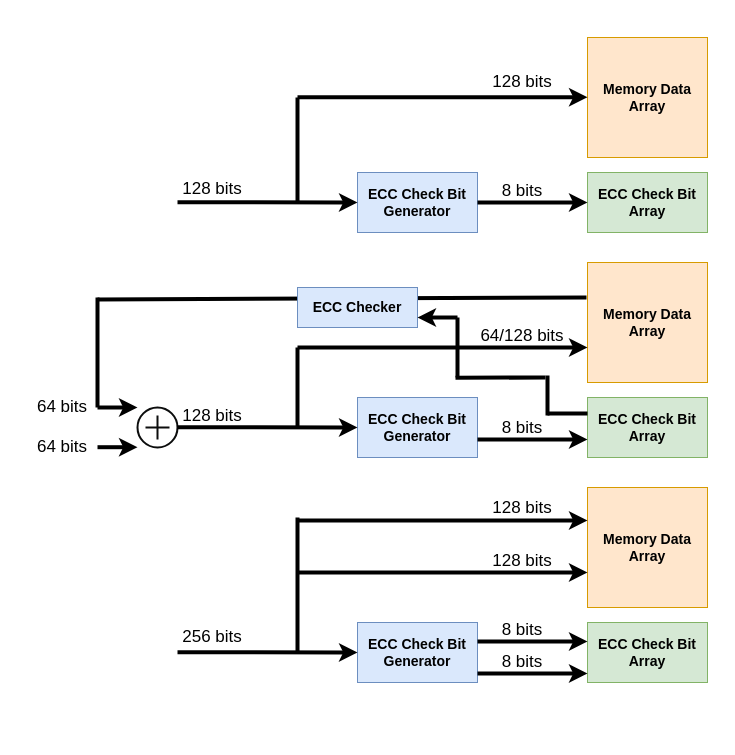
shingaridavesh/memoryandarchitecture keeps this draw.io diagram as docs/images/ecc/ondieeccoperation.drawio. Above is the earlier version. Source tidied: cells renumbered, new cells numbered last; positions are measured from the earlier drawing's top-left corner, leaving out a move shared by most shapes. Both pictures are drawn from the tidied source at 100%, with x=0, y=0 at pixel (27, 37).
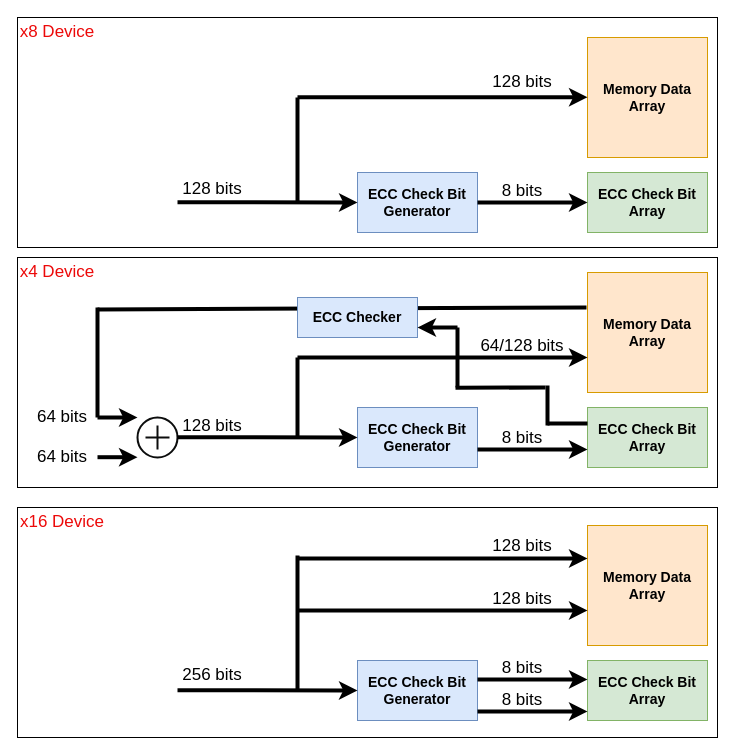
After the change.

Diff of the diagram source:
```diff
@@
+    <mxCell id="49" style="rounded=0;whiteSpace=wrap;html=1;" parent="1" vertex="1">
+      <mxGeometry x="-10" y="470" width="700" height="230" as="geometry" />
+    </mxCell>
+    <mxCell id="50" value="&lt;span&gt;&lt;font color=&quot;#ec0909&quot; style=&quot;font-size: 17px;&quot;&gt;x16 Device&lt;/font&gt;&lt;/span&gt;" style="text;html=1;align=center;verticalAlign=middle;whiteSpace=wrap;rounded=0;fontStyle=0;" parent="1" vertex="1">
+      <mxGeometry x="-10" y="470" width="90" height="30" as="geometry" />
+    </mxCell>
+    <mxCell id="51" style="rounded=0;whiteSpace=wrap;html=1;" parent="1" vertex="1">
+      <mxGeometry x="-10" y="220" width="700" height="230" as="geometry" />
+    </mxCell>
+    <mxCell id="52" value="&lt;span&gt;&lt;font color=&quot;#ec0909&quot; style=&quot;font-size: 17px;&quot;&gt;x4 Device&lt;/font&gt;&lt;/span&gt;" style="text;html=1;align=center;verticalAlign=middle;whiteSpace=wrap;rounded=0;fontStyle=0;" parent="1" vertex="1">
+      <mxGeometry x="-10" y="220" width="80" height="30" as="geometry" />
+    </mxCell>
+    <mxCell id="53" style="rounded=0;whiteSpace=wrap;html=1;" parent="1" vertex="1">
+      <mxGeometry x="-10" y="-20" width="700" height="230" as="geometry" />
+    </mxCell>
     <mxCell id="2" value="ECC Check Bit Generator" style="rounded=0;whiteSpace=wrap;html=1;fillColor=#dae8fc;strokeColor=#6c8ebf;fontStyle=1;fontSize=14;" parent="1" vertex="1">
-      <mxGeometry x="330" y="360" width="120" height="60" as="geometry" />
+      <mxGeometry x="330" y="370" width="120" height="60" as="geometry" />
     </mxCell>
     <mxCell id="3" value="Memory Data Array" style="rounded=0;whiteSpace=wrap;html=1;fillColor=#ffe6cc;strokeColor=#d79b00;fontSize=14;fontStyle=1;" parent="1" vertex="1">
-      <mxGeometry x="560" y="225" width="120" height="120" as="geometry" />
+      <mxGeometry x="560" y="235" width="120" height="120" as="geometry" />
     </mxCell>
     <mxCell id="4" value="ECC Check Bit Array" style="rounded=0;whiteSpace=wrap;html=1;fillColor=#d5e8d4;strokeColor=#82b366;fontSize=14;fontStyle=1;" parent="1" vertex="1">
-      <mxGeometry x="560" y="360" width="120" height="60" as="geometry" />
+      <mxGeometry x="560" y="370" width="120" height="60" as="geometry" />
     </mxCell>
     <mxCell id="5" value="&lt;span&gt;&lt;font style=&quot;font-size: 17px;&quot;&gt;64 bits&lt;/font&gt;&lt;/span&gt;" style="text;html=1;align=center;verticalAlign=middle;whiteSpace=wrap;rounded=0;fontStyle=0;" parent="1" vertex="1">
-      <mxGeometry y="355" width="70" height="30" as="geometry" />
+      <mxGeometry y="365" width="70" height="30" as="geometry" />
     </mxCell>
     <mxCell id="6" value="&lt;span&gt;&lt;font style=&quot;font-size: 17px;&quot;&gt;64/128 bits&lt;/font&gt;&lt;/span&gt;" style="text;html=1;align=center;verticalAlign=middle;whiteSpace=wrap;rounded=0;fontStyle=0;" parent="1" vertex="1">
-      <mxGeometry x="450" y="284" width="90" height="30" as="geometry" />
+      <mxGeometry x="450" y="294" width="90" height="30" as="geometry" />
     </mxCell>
     <mxCell id="7" value="&lt;span&gt;&lt;font style=&quot;font-size: 17px;&quot;&gt;8 bits&lt;/font&gt;&lt;/span&gt;" style="text;html=1;align=center;verticalAlign=middle;whiteSpace=wrap;rounded=0;fontStyle=0;" parent="1" vertex="1">
-      <mxGeometry x="460" y="376" width="70" height="30" as="geometry" />
+      <mxGeometry x="460" y="386" width="70" height="30" as="geometry" />
     </mxCell>
     <mxCell id="8" style="endArrow=classic;html=1;rounded=0;strokeWidth=4;" parent="1" edge="1">
       <mxGeometry relative="1" as="geometry">
-        <mxPoint x="70" y="370" as="sourcePoint" />
-        <mxPoint x="110" y="370" as="targetPoint" />
+        <mxPoint x="70" y="380" as="sourcePoint" />
+        <mxPoint x="110" y="380" as="targetPoint" />
       </mxGeometry>
     </mxCell>
     <mxCell id="9" style="endArrow=none;html=1;rounded=0;strokeWidth=4;" parent="1" edge="1">
       <mxGeometry relative="1" as="geometry">
-        <mxPoint x="70" y="370" as="sourcePoint" />
-        <mxPoint x="70" y="260" as="targetPoint" />
+        <mxPoint x="70" y="380" as="sourcePoint" />
+        <mxPoint x="70" y="270" as="targetPoint" />
       </mxGeometry>
     </mxCell>
     <mxCell id="10" style="endArrow=none;html=1;rounded=0;strokeWidth=4;exitX=-0.008;exitY=0.067;exitDx=0;exitDy=0;exitPerimeter=0;" parent="1" edge="1">
       <mxGeometry relative="1" as="geometry">
-        <mxPoint x="559" y="260" as="sourcePoint" />
-        <mxPoint x="70" y="262" as="targetPoint" />
+        <mxPoint x="559" y="270" as="sourcePoint" />
+        <mxPoint x="70" y="272" as="targetPoint" />
       </mxGeometry>
     </mxCell>
     <mxCell id="11" value="&lt;span&gt;&lt;font style=&quot;font-size: 17px;&quot;&gt;64 bits&lt;/font&gt;&lt;/span&gt;" style="text;html=1;align=center;verticalAlign=middle;whiteSpace=wrap;rounded=0;fontStyle=0;" parent="1" vertex="1">
-      <mxGeometry y="395" width="70" height="30" as="geometry" />
+      <mxGeometry y="405" width="70" height="30" as="geometry" />
     </mxCell>
     <mxCell id="12" style="endArrow=classic;html=1;rounded=0;strokeWidth=4;" parent="1" edge="1">
       <mxGeometry relative="1" as="geometry">
-        <mxPoint x="70" y="409.7" as="sourcePoint" />
-        <mxPoint x="110" y="409.7" as="targetPoint" />
+        <mxPoint x="70" y="419.7" as="sourcePoint" />
+        <mxPoint x="110" y="419.7" as="targetPoint" />
       </mxGeometry>
     </mxCell>
     <mxCell id="13" style="html=1;verticalLabelPosition=bottom;align=center;labelBackgroundColor=#ffffff;verticalAlign=top;strokeWidth=2;strokeColor=#0c0d0d;shadow=0;dashed=0;shape=mxgraph.ios7.icons.add;" parent="1" vertex="1">
-      <mxGeometry x="110" y="370" width="40" height="40" as="geometry" />
+      <mxGeometry x="110" y="380" width="40" height="40" as="geometry" />
     </mxCell>
     <mxCell id="14" value="&lt;span&gt;&lt;font style=&quot;font-size: 17px;&quot;&gt;128 bits&lt;/font&gt;&lt;/span&gt;" style="text;html=1;align=center;verticalAlign=middle;whiteSpace=wrap;rounded=0;fontStyle=0;" parent="1" vertex="1">
-      <mxGeometry x="150" y="364" width="70" height="30" as="geometry" />
+      <mxGeometry x="150" y="374" width="70" height="30" as="geometry" />
     </mxCell>
     <mxCell id="15" style="endArrow=classic;html=1;rounded=0;strokeWidth=4;entryX=0;entryY=0.5;entryDx=0;entryDy=0;" parent="1" edge="1" target="2">
       <mxGeometry relative="1" as="geometry">
-        <mxPoint x="150" y="389.7" as="sourcePoint" />
+        <mxPoint x="150" y="399.7" as="sourcePoint" />
       </mxGeometry>
     </mxCell>
     <mxCell id="16" style="endArrow=classic;html=1;rounded=0;strokeWidth=4;entryX=0;entryY=0.5;entryDx=0;entryDy=0;exitX=1;exitY=0.5;exitDx=0;exitDy=0;" parent="1" edge="1">
       <mxGeometry relative="1" as="geometry">
-        <mxPoint x="450" y="402" as="sourcePoint" />
-        <mxPoint x="560" y="402" as="targetPoint" />
+        <mxPoint x="450" y="412" as="sourcePoint" />
+        <mxPoint x="560" y="412" as="targetPoint" />
       </mxGeometry>
     </mxCell>
     <mxCell id="17" style="endArrow=classic;html=1;rounded=0;strokeWidth=4;entryX=0;entryY=0.5;entryDx=0;entryDy=0;" parent="1" edge="1">
       <mxGeometry relative="1" as="geometry">
-        <mxPoint x="270" y="310" as="sourcePoint" />
-        <mxPoint x="560" y="310" as="targetPoint" />
+        <mxPoint x="270" y="320" as="sourcePoint" />
+        <mxPoint x="560" y="320" as="targetPoint" />
       </mxGeometry>
     </mxCell>
     <mxCell id="18" style="endArrow=none;html=1;rounded=0;strokeWidth=4;" parent="1" edge="1">
       <mxGeometry relative="1" as="geometry">
-        <mxPoint x="270" y="390" as="sourcePoint" />
-        <mxPoint x="270" y="310" as="targetPoint" />
+        <mxPoint x="270" y="400" as="sourcePoint" />
+        <mxPoint x="270" y="320" as="targetPoint" />
       </mxGeometry>
     </mxCell>
@@
     <mxCell id="29" value="ECC Check Bit Generator" style="rounded=0;whiteSpace=wrap;html=1;fillColor=#dae8fc;strokeColor=#6c8ebf;fontStyle=1;fontSize=14;" parent="1" vertex="1">
-      <mxGeometry x="330" y="585" width="120" height="60" as="geometry" />
+      <mxGeometry x="330" y="623" width="120" height="60" as="geometry" />
     </mxCell>
     <mxCell id="30" value="Memory Data Array" style="rounded=0;whiteSpace=wrap;html=1;fillColor=#ffe6cc;strokeColor=#d79b00;fontSize=14;fontStyle=1;" parent="1" vertex="1">
-      <mxGeometry x="560" y="450" width="120" height="120" as="geometry" />
+      <mxGeometry x="560" y="488" width="120" height="120" as="geometry" />
     </mxCell>
     <mxCell id="31" value="ECC Check Bit Array" style="rounded=0;whiteSpace=wrap;html=1;fillColor=#d5e8d4;strokeColor=#82b366;fontSize=14;fontStyle=1;" parent="1" vertex="1">
-      <mxGeometry x="560" y="585" width="120" height="60" as="geometry" />
+      <mxGeometry x="560" y="623" width="120" height="60" as="geometry" />
     </mxCell>
     <mxCell id="32" value="&lt;span&gt;&lt;font style=&quot;font-size: 17px;&quot;&gt;128 bits&lt;/font&gt;&lt;/span&gt;" style="text;html=1;align=center;verticalAlign=middle;whiteSpace=wrap;rounded=0;fontStyle=0;" parent="1" vertex="1">
-      <mxGeometry x="450" y="509" width="90" height="30" as="geometry" />
+      <mxGeometry x="450" y="547" width="90" height="30" as="geometry" />
     </mxCell>
     <mxCell id="33" value="&lt;span&gt;&lt;font style=&quot;font-size: 17px;&quot;&gt;8 bits&lt;/font&gt;&lt;/span&gt;" style="text;html=1;align=center;verticalAlign=middle;whiteSpace=wrap;rounded=0;fontStyle=0;" parent="1" vertex="1">
-      <mxGeometry x="460" y="578" width="70" height="30" as="geometry" />
+      <mxGeometry x="460" y="616" width="70" height="30" as="geometry" />
     </mxCell>
     <mxCell id="34" value="&lt;span&gt;&lt;font style=&quot;font-size: 17px;&quot;&gt;256 bits&lt;/font&gt;&lt;/span&gt;" style="text;html=1;align=center;verticalAlign=middle;whiteSpace=wrap;rounded=0;fontStyle=0;" parent="1" vertex="1">
-      <mxGeometry x="150" y="585" width="70" height="30" as="geometry" />
+      <mxGeometry x="150" y="623" width="70" height="30" as="geometry" />
     </mxCell>
     <mxCell id="35" style="endArrow=classic;html=1;rounded=0;strokeWidth=4;entryX=0;entryY=0.5;entryDx=0;entryDy=0;" parent="1" edge="1" target="29">
       <mxGeometry relative="1" as="geometry">
-        <mxPoint x="150" y="614.7" as="sourcePoint" />
+        <mxPoint x="150" y="652.7" as="sourcePoint" />
       </mxGeometry>
     </mxCell>
     <mxCell id="36" style="endArrow=classic;html=1;rounded=0;strokeWidth=4;entryX=0;entryY=0.5;entryDx=0;entryDy=0;exitX=1;exitY=0.5;exitDx=0;exitDy=0;" parent="1" edge="1">
       <mxGeometry relative="1" as="geometry">
-        <mxPoint x="450" y="604" as="sourcePoint" />
-        <mxPoint x="560" y="604" as="targetPoint" />
+        <mxPoint x="450" y="642" as="sourcePoint" />
+        <mxPoint x="560" y="642" as="targetPoint" />
       </mxGeometry>
     </mxCell>
     <mxCell id="37" style="endArrow=classic;html=1;rounded=0;strokeWidth=4;entryX=0;entryY=0.5;entryDx=0;entryDy=0;" parent="1" edge="1">
       <mxGeometry relative="1" as="geometry">
-        <mxPoint x="270" y="535" as="sourcePoint" />
-        <mxPoint x="560" y="535" as="targetPoint" />
+        <mxPoint x="270" y="573" as="sourcePoint" />
+        <mxPoint x="560" y="573" as="targetPoint" />
       </mxGeometry>
     </mxCell>
     <mxCell id="38" style="endArrow=none;html=1;rounded=0;strokeWidth=4;" parent="1" edge="1">
       <mxGeometry relative="1" as="geometry">
-        <mxPoint x="270" y="615" as="sourcePoint" />
-        <mxPoint x="270" y="480" as="targetPoint" />
+        <mxPoint x="270" y="653" as="sourcePoint" />
+        <mxPoint x="270" y="518" as="targetPoint" />
       </mxGeometry>
     </mxCell>
     <mxCell id="39" value="&lt;span&gt;&lt;font style=&quot;font-size: 17px;&quot;&gt;8 bits&lt;/font&gt;&lt;/span&gt;" style="text;html=1;align=center;verticalAlign=middle;whiteSpace=wrap;rounded=0;fontStyle=0;" parent="1" vertex="1">
-      <mxGeometry x="460" y="610" width="70" height="30" as="geometry" />
+      <mxGeometry x="460" y="648" width="70" height="30" as="geometry" />
     </mxCell>
     <mxCell id="40" style="endArrow=classic;html=1;rounded=0;strokeWidth=4;entryX=0;entryY=0.5;entryDx=0;entryDy=0;exitX=1;exitY=0.5;exitDx=0;exitDy=0;" parent="1" edge="1">
       <mxGeometry relative="1" as="geometry">
-        <mxPoint x="450" y="636" as="sourcePoint" />
-        <mxPoint x="560" y="636" as="targetPoint" />
+        <mxPoint x="450" y="674" as="sourcePoint" />
+        <mxPoint x="560" y="674" as="targetPoint" />
       </mxGeometry>
     </mxCell>
     <mxCell id="41" style="endArrow=classic;html=1;rounded=0;strokeWidth=4;entryX=0;entryY=0.5;entryDx=0;entryDy=0;" parent="1" edge="1">
       <mxGeometry relative="1" as="geometry">
-        <mxPoint x="270" y="483" as="sourcePoint" />
-        <mxPoint x="560" y="483" as="targetPoint" />
+        <mxPoint x="270" y="521" as="sourcePoint" />
+        <mxPoint x="560" y="521" as="targetPoint" />
       </mxGeometry>
     </mxCell>
     <mxCell id="42" value="&lt;span&gt;&lt;font style=&quot;font-size: 17px;&quot;&gt;128 bits&lt;/font&gt;&lt;/span&gt;" style="text;html=1;align=center;verticalAlign=middle;whiteSpace=wrap;rounded=0;fontStyle=0;" parent="1" vertex="1">
-      <mxGeometry x="450" y="456" width="90" height="30" as="geometry" />
+      <mxGeometry x="450" y="494" width="90" height="30" as="geometry" />
     </mxCell>
     <mxCell id="43" value="ECC Checker" style="rounded=0;whiteSpace=wrap;html=1;fillColor=#dae8fc;strokeColor=#6c8ebf;fontStyle=1;fontSize=14;" parent="1" vertex="1">
-      <mxGeometry x="270" y="250" width="120" height="40" as="geometry" />
+      <mxGeometry x="270" y="260" width="120" height="40" as="geometry" />
     </mxCell>
     <mxCell id="44" style="endArrow=classic;html=1;rounded=0;strokeWidth=4;entryX=0;entryY=0.5;entryDx=0;entryDy=0;" parent="1" edge="1">
       <mxGeometry relative="1" as="geometry">
-        <mxPoint x="430" y="280" as="sourcePoint" />
-        <mxPoint x="390" y="280" as="targetPoint" />
+        <mxPoint x="430" y="290" as="sourcePoint" />
+        <mxPoint x="390" y="290" as="targetPoint" />
       </mxGeometry>
     </mxCell>
     <mxCell id="45" style="endArrow=none;html=1;rounded=0;strokeWidth=4;" parent="1" edge="1">
       <mxGeometry relative="1" as="geometry">
-        <mxPoint x="430" y="340" as="sourcePoint" />
-        <mxPoint x="430" y="280" as="targetPoint" />
+        <mxPoint x="430" y="350" as="sourcePoint" />
+        <mxPoint x="430" y="290" as="targetPoint" />
       </mxGeometry>
     </mxCell>
     <mxCell id="46" style="endArrow=none;html=1;rounded=0;strokeWidth=4;" parent="1" edge="1">
       <mxGeometry relative="1" as="geometry">
-        <mxPoint x="518" y="340" as="sourcePoint" />
-        <mxPoint x="428" y="340.3" as="targetPoint" />
+        <mxPoint x="518" y="350" as="sourcePoint" />
+        <mxPoint x="428" y="350.3" as="targetPoint" />
       </mxGeometry>
     </mxCell>
     <mxCell id="47" style="endArrow=none;html=1;rounded=0;strokeWidth=4;" parent="1" edge="1">
       <mxGeometry relative="1" as="geometry">
-        <mxPoint x="560" y="376" as="sourcePoint" />
-        <mxPoint x="520" y="376" as="targetPoint" />
+        <mxPoint x="560" y="386" as="sourcePoint" />
+        <mxPoint x="520" y="386" as="targetPoint" />
       </mxGeometry>
     </mxCell>
     <mxCell id="48" style="endArrow=none;html=1;rounded=0;strokeWidth=4;" parent="1" edge="1">
       <mxGeometry relative="1" as="geometry">
-        <mxPoint x="520" y="378" as="sourcePoint" />
-        <mxPoint x="520" y="338" as="targetPoint" />
+        <mxPoint x="520" y="388" as="sourcePoint" />
+        <mxPoint x="520" y="348" as="targetPoint" />
       </mxGeometry>
     </mxCell>
+    <mxCell id="54" value="&lt;span&gt;&lt;font color=&quot;#ec0909&quot; style=&quot;font-size: 17px;&quot;&gt;x8 Device&lt;/font&gt;&lt;/span&gt;" style="text;html=1;align=center;verticalAlign=middle;whiteSpace=wrap;rounded=0;fontStyle=0;" parent="1" vertex="1">
+      <mxGeometry x="-10" y="-20" width="80" height="30" as="geometry" />
+    </mxCell>
```
